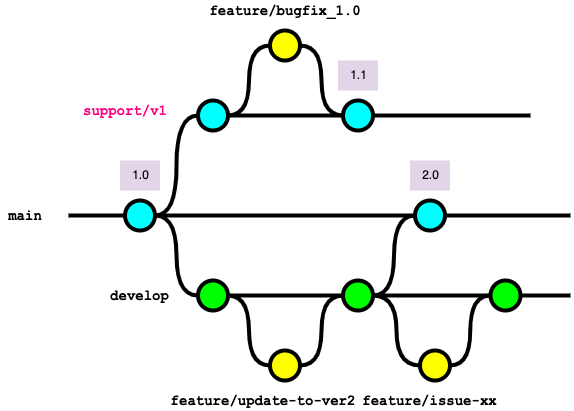
Earlier version of the draw.io export documents/forGitBranch/img/branch_strategy_multi_version.drawio.png (future-architect/coding-standards). Source tidied: cells renumbered, new cells last; positions are measured from the earlier drawing's top-left corner, leaving out a move shared by most shapes. Its diagram source:
```xml
<mxGraphModel>
  <root>
    <mxCell id="0" />
    <mxCell id="1" parent="0" />
    <mxCell id="2" style="edgeStyle=orthogonalEdgeStyle;curved=1;rounded=0;html=1;exitX=1;exitY=0.5;exitPerimeter=0;entryX=0;entryY=0.5;entryPerimeter=0;endArrow=none;endFill=0;jettySize=auto;strokeWidth=4;fontSize=15;" parent="1" edge="1" source="3" target="8">
      <mxGeometry relative="1" as="geometry" />
    </mxCell>
    <mxCell id="3" style="verticalLabelPosition=bottom;verticalAlign=top;html=1;strokeWidth=4;shape=mxgraph.flowchart.on-page_reference;plain-blue;gradientColor=none;fillColor=#00FFFF;strokeColor=#000000;" parent="1" vertex="1">
      <mxGeometry x="124.5" y="200" width="30" height="30" as="geometry" />
    </mxCell>
    <mxCell id="4" style="edgeStyle=orthogonalEdgeStyle;curved=1;rounded=0;jettySize=auto;html=1;endArrow=none;endFill=0;strokeWidth=4;fontFamily=Courier New;fontSize=16;" parent="1" edge="1" source="5">
      <mxGeometry relative="1" as="geometry">
        <mxPoint x="570" y="215" as="targetPoint" />
      </mxGeometry>
    </mxCell>
    <mxCell id="5" style="verticalLabelPosition=bottom;verticalAlign=top;html=1;strokeWidth=4;shape=mxgraph.flowchart.on-page_reference;plain-blue;gradientColor=none;strokeColor=#000000;fillColor=#00FFFF;" parent="1" vertex="1">
      <mxGeometry x="414.5" y="200" width="30" height="30" as="geometry" />
    </mxCell>
    <mxCell id="6" style="edgeStyle=orthogonalEdgeStyle;rounded=0;html=1;jettySize=auto;strokeWidth=4;endArrow=none;endFill=0;" parent="1" edge="1" target="3">
      <mxGeometry x="204.5" y="180" as="geometry">
        <mxPoint x="68" y="215" as="sourcePoint" />
      </mxGeometry>
    </mxCell>
    <mxCell id="7" value="main" style="text;html=1;strokeColor=none;fillColor=none;align=center;verticalAlign=middle;whiteSpace=wrap;overflow=hidden;fontSize=14;fontStyle=1;fontFamily=Courier New;" parent="1" vertex="1">
      <mxGeometry y="205" width="50" height="20" as="geometry" />
    </mxCell>
    <mxCell id="8" style="verticalLabelPosition=bottom;verticalAlign=top;html=1;strokeWidth=4;shape=mxgraph.flowchart.on-page_reference;plain-purple;gradientColor=none;strokeColor=#000000;fillColor=#00FF00;" parent="1" vertex="1">
      <mxGeometry x="197.5" y="280" width="30" height="30" as="geometry" />
    </mxCell>
    <mxCell id="9" style="verticalLabelPosition=bottom;verticalAlign=top;html=1;strokeWidth=4;shape=mxgraph.flowchart.on-page_reference;plain-purple;gradientColor=none;strokeColor=#000000;fillColor=#FFFF00;" parent="1" vertex="1">
      <mxGeometry x="269.5" y="350" width="30" height="30" as="geometry" />
    </mxCell>
    <mxCell id="10" style="edgeStyle=orthogonalEdgeStyle;curved=1;rounded=0;html=1;exitX=1;exitY=0.5;exitPerimeter=0;entryX=0;entryY=0.5;entryPerimeter=0;endArrow=none;endFill=0;jettySize=auto;strokeWidth=4;fontSize=15;" parent="1" edge="1" source="11" target="5">
      <mxGeometry relative="1" as="geometry" />
    </mxCell>
    <mxCell id="11" style="verticalLabelPosition=bottom;verticalAlign=top;html=1;strokeWidth=4;shape=mxgraph.flowchart.on-page_reference;plain-purple;gradientColor=none;strokeColor=#000000;fillColor=#00FF00;" parent="1" vertex="1">
      <mxGeometry x="342.5" y="280" width="30" height="30" as="geometry" />
    </mxCell>
    <mxCell id="12" value="develop" style="text;html=1;strokeColor=none;fillColor=none;align=center;verticalAlign=middle;whiteSpace=wrap;overflow=hidden;fontSize=14;fontStyle=1;fontFamily=Courier New;fontColor=#000000;" parent="1" vertex="1">
      <mxGeometry x="58.2" y="285" width="162.5" height="20" as="geometry" />
    </mxCell>
    <mxCell id="13" value="feature/update-to-ver2" style="text;html=1;strokeColor=none;fillColor=none;align=center;verticalAlign=middle;whiteSpace=wrap;overflow=hidden;fontSize=14;fontStyle=1;fontFamily=Courier New;" parent="1" vertex="1">
      <mxGeometry x="160" y="390" width="205.8" height="20" as="geometry" />
    </mxCell>
    <mxCell id="14" style="edgeStyle=orthogonalEdgeStyle;curved=1;rounded=0;html=1;exitX=1;exitY=0.5;exitPerimeter=0;entryX=0;entryY=0.5;entryPerimeter=0;endArrow=none;endFill=0;jettySize=auto;strokeWidth=4;fontSize=15;exitDx=0;exitDy=0;entryDx=0;entryDy=0;" parent="1" edge="1" source="8" target="9">
      <mxGeometry relative="1" as="geometry" />
    </mxCell>
    <mxCell id="15" style="edgeStyle=orthogonalEdgeStyle;curved=1;rounded=0;html=1;exitX=1;exitY=0.5;exitPerimeter=0;entryX=0;entryY=0.5;entryPerimeter=0;endArrow=none;endFill=0;jettySize=auto;strokeWidth=4;fontSize=15;exitDx=0;exitDy=0;entryDx=0;entryDy=0;" parent="1" edge="1" source="9" target="11">
      <mxGeometry relative="1" as="geometry" />
    </mxCell>
    <mxCell id="16" style="verticalLabelPosition=bottom;verticalAlign=top;html=1;strokeWidth=4;shape=mxgraph.flowchart.on-page_reference;plain-purple;gradientColor=none;strokeColor=#000000;fillColor=#FFFF00;" parent="1" vertex="1">
      <mxGeometry x="419.5" y="350" width="30" height="30" as="geometry" />
    </mxCell>
    <mxCell id="17" value="feature/issue-xx" style="text;html=1;strokeColor=none;fillColor=none;align=center;verticalAlign=middle;whiteSpace=wrap;overflow=hidden;fontSize=14;fontStyle=1;fontFamily=Courier New;" parent="1" vertex="1">
      <mxGeometry x="348.2" y="390" width="162.5" height="20" as="geometry" />
    </mxCell>
    <mxCell id="18" style="verticalLabelPosition=bottom;verticalAlign=top;html=1;strokeWidth=4;shape=mxgraph.flowchart.on-page_reference;plain-purple;gradientColor=none;strokeColor=#000000;fillColor=#00FF00;" parent="1" vertex="1">
      <mxGeometry x="490" y="280" width="30" height="30" as="geometry" />
    </mxCell>
    <mxCell id="19" style="edgeStyle=orthogonalEdgeStyle;curved=1;rounded=0;html=1;exitX=0;exitY=0.5;exitPerimeter=0;entryX=1;entryY=0.5;entryPerimeter=0;endArrow=none;endFill=0;jettySize=auto;strokeWidth=4;fontSize=15;exitDx=0;exitDy=0;entryDx=0;entryDy=0;" parent="1" edge="1" source="16" target="11">
      <mxGeometry relative="1" as="geometry" />
    </mxCell>
    <mxCell id="20" style="edgeStyle=orthogonalEdgeStyle;curved=1;rounded=0;html=1;exitX=0;exitY=0.5;exitPerimeter=0;entryX=1;entryY=0.5;entryPerimeter=0;endArrow=none;endFill=0;jettySize=auto;strokeWidth=4;fontSize=15;exitDx=0;exitDy=0;entryDx=0;entryDy=0;" parent="1" edge="1" source="18" target="16">
      <mxGeometry relative="1" as="geometry" />
    </mxCell>
    <mxCell id="21" style="edgeStyle=orthogonalEdgeStyle;curved=1;rounded=0;jettySize=auto;html=1;endArrow=none;endFill=0;strokeWidth=4;fontFamily=Courier New;fontSize=16;exitX=1;exitY=0.5;exitDx=0;exitDy=0;exitPerimeter=0;" parent="1" edge="1" source="18">
      <mxGeometry relative="1" as="geometry">
        <mxPoint x="570" y="295" as="targetPoint" />
      </mxGeometry>
    </mxCell>
    <mxCell id="22" style="edgeStyle=orthogonalEdgeStyle;curved=1;rounded=0;jettySize=auto;html=1;endArrow=none;endFill=0;strokeWidth=4;fontFamily=Courier New;fontSize=16;exitX=1;exitY=0.5;exitDx=0;exitDy=0;exitPerimeter=0;entryX=0;entryY=0.5;entryDx=0;entryDy=0;entryPerimeter=0;" parent="1" edge="1" source="11" target="18">
      <mxGeometry relative="1" as="geometry" />
    </mxCell>
    <mxCell id="23" style="edgeStyle=orthogonalEdgeStyle;curved=1;rounded=0;jettySize=auto;html=1;endArrow=none;endFill=0;strokeWidth=4;fontFamily=Courier New;fontSize=16;exitX=1;exitY=0.5;exitDx=0;exitDy=0;exitPerimeter=0;" parent="1" edge="1" source="8" target="11">
      <mxGeometry relative="1" as="geometry" />
    </mxCell>
    <mxCell id="24" style="edgeStyle=orthogonalEdgeStyle;curved=1;rounded=0;jettySize=auto;html=1;endArrow=none;endFill=0;strokeWidth=4;fontFamily=Courier New;fontSize=16;exitX=1;exitY=0.5;exitDx=0;exitDy=0;exitPerimeter=0;entryX=0;entryY=0.5;entryDx=0;entryDy=0;entryPerimeter=0;" parent="1" edge="1" source="3" target="5">
      <mxGeometry relative="1" as="geometry" />
    </mxCell>
    <mxCell id="25" style="verticalLabelPosition=bottom;verticalAlign=top;html=1;strokeWidth=4;shape=mxgraph.flowchart.on-page_reference;plain-blue;gradientColor=none;fillColor=#00FFFF;strokeColor=#000000;" parent="1" vertex="1">
      <mxGeometry x="197.5" y="100" width="30" height="30" as="geometry" />
    </mxCell>
    <mxCell id="26" value="support/v1" style="text;html=1;strokeColor=none;fillColor=none;align=center;verticalAlign=middle;whiteSpace=wrap;overflow=hidden;fontSize=14;fontStyle=1;fontFamily=Courier New;fontColor=#FF0080;" parent="1" vertex="1">
      <mxGeometry x="80" y="100" width="90" height="20" as="geometry" />
    </mxCell>
    <mxCell id="27" style="edgeStyle=orthogonalEdgeStyle;curved=1;rounded=0;html=1;entryX=0;entryY=0.5;entryPerimeter=0;endArrow=none;endFill=0;jettySize=auto;strokeWidth=4;fontSize=15;entryDx=0;entryDy=0;exitX=1;exitY=0.5;exitDx=0;exitDy=0;exitPerimeter=0;" parent="1" edge="1" source="3" target="25">
      <mxGeometry relative="1" as="geometry" />
    </mxCell>
    <mxCell id="28" style="verticalLabelPosition=bottom;verticalAlign=top;html=1;strokeWidth=4;shape=mxgraph.flowchart.on-page_reference;plain-purple;gradientColor=none;strokeColor=#000000;fillColor=#FFFF00;" parent="1" vertex="1">
      <mxGeometry x="269.5" y="30" width="30" height="30" as="geometry" />
    </mxCell>
    <mxCell id="29" style="edgeStyle=orthogonalEdgeStyle;curved=1;rounded=0;jettySize=auto;html=1;endArrow=none;endFill=0;strokeWidth=4;fontFamily=Courier New;fontSize=16;exitX=1;exitY=0.5;exitDx=0;exitDy=0;exitPerimeter=0;entryX=0;entryY=0.5;entryDx=0;entryDy=0;entryPerimeter=0;" parent="1" edge="1" source="25" target="30">
      <mxGeometry relative="1" as="geometry" />
    </mxCell>
    <mxCell id="30" style="verticalLabelPosition=bottom;verticalAlign=top;html=1;strokeWidth=4;shape=mxgraph.flowchart.on-page_reference;plain-blue;gradientColor=none;fillColor=#00FFFF;strokeColor=#000000;" parent="1" vertex="1">
      <mxGeometry x="342.5" y="100" width="30" height="30" as="geometry" />
    </mxCell>
    <mxCell id="31" value="1.0" style="text;html=1;align=center;verticalAlign=middle;strokeColor=none;fillColor=#e1d5e7;" parent="1" vertex="1">
      <mxGeometry x="119.5" y="160" width="40" height="30" as="geometry" />
    </mxCell>
    <mxCell id="32" value="2.0" style="text;html=1;align=center;verticalAlign=middle;strokeColor=none;fillColor=#e1d5e7;" parent="1" vertex="1">
      <mxGeometry x="409.5" y="160" width="40" height="30" as="geometry" />
    </mxCell>
    <mxCell id="33" value="1.1" style="text;html=1;align=center;verticalAlign=middle;strokeColor=none;fillColor=#e1d5e7;" parent="1" vertex="1">
      <mxGeometry x="337.5" y="60" width="40" height="30" as="geometry" />
    </mxCell>
    <mxCell id="34" value="feature/bugfix_1.0" style="text;html=1;strokeColor=none;fillColor=none;align=center;verticalAlign=middle;whiteSpace=wrap;overflow=hidden;fontSize=14;fontStyle=1;fontFamily=Courier New;" parent="1" vertex="1">
      <mxGeometry x="181.6" width="205.8" height="20" as="geometry" />
    </mxCell>
    <mxCell id="35" style="edgeStyle=orthogonalEdgeStyle;curved=1;rounded=0;html=1;exitX=1;exitY=0.5;exitPerimeter=0;entryX=0;entryY=0.5;entryPerimeter=0;endArrow=none;endFill=0;jettySize=auto;strokeWidth=4;fontSize=15;exitDx=0;exitDy=0;entryDx=0;entryDy=0;" parent="1" edge="1" source="25" target="28">
      <mxGeometry relative="1" as="geometry" />
    </mxCell>
    <mxCell id="36" style="edgeStyle=orthogonalEdgeStyle;curved=1;rounded=0;html=1;exitX=0;exitY=0.5;exitPerimeter=0;entryX=1;entryY=0.5;entryPerimeter=0;endArrow=none;endFill=0;jettySize=auto;strokeWidth=4;fontSize=15;exitDx=0;exitDy=0;entryDx=0;entryDy=0;" parent="1" edge="1" source="30" target="28">
      <mxGeometry relative="1" as="geometry" />
    </mxCell>
    <mxCell id="37" style="edgeStyle=orthogonalEdgeStyle;curved=1;rounded=0;jettySize=auto;html=1;endArrow=none;endFill=0;strokeWidth=4;fontFamily=Courier New;fontSize=16;exitX=1;exitY=0.5;exitDx=0;exitDy=0;exitPerimeter=0;" parent="1" edge="1" source="30">
      <mxGeometry relative="1" as="geometry">
        <mxPoint x="530" y="115" as="targetPoint" />
      </mxGeometry>
    </mxCell>
  </root>
</mxGraphModel>
```
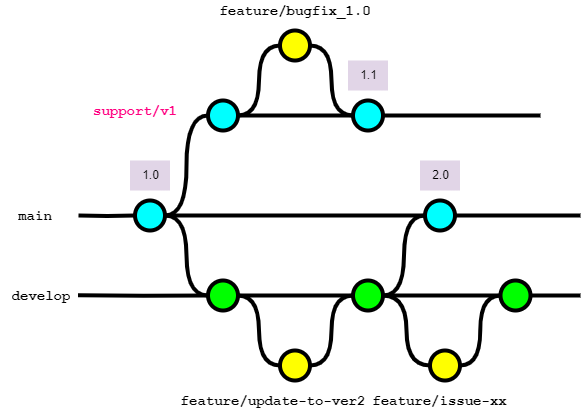
After the change.

Commit message:
develop branchは永続的に表現 (#162)

What changed in the source:
```diff
@@ -37,7 +37,7 @@
       <mxGeometry x="342.5" y="280" width="30" height="30" as="geometry" />
     </mxCell>
     <mxCell id="12" value="develop" style="text;html=1;strokeColor=none;fillColor=none;align=center;verticalAlign=middle;whiteSpace=wrap;overflow=hidden;fontSize=14;fontStyle=1;fontFamily=Courier New;fontColor=#000000;" parent="1" vertex="1">
-      <mxGeometry x="58.2" y="285" width="162.5" height="20" as="geometry" />
+      <mxGeometry x="-10" y="285" width="81.8" height="20" as="geometry" />
     </mxCell>
     <mxCell id="13" value="feature/update-to-ver2" style="text;html=1;strokeColor=none;fillColor=none;align=center;verticalAlign=middle;whiteSpace=wrap;overflow=hidden;fontSize=14;fontStyle=1;fontFamily=Courier New;" parent="1" vertex="1">
       <mxGeometry x="160" y="390" width="205.8" height="20" as="geometry" />
@@ -118,5 +118,10 @@
         <mxPoint x="530" y="115" as="targetPoint" />
       </mxGeometry>
     </mxCell>
+    <mxCell id="38" style="edgeStyle=orthogonalEdgeStyle;rounded=0;html=1;jettySize=auto;strokeWidth=4;endArrow=none;endFill=0;" parent="1" edge="1" target="8">
+      <mxGeometry x="204.5" y="180" as="geometry">
+        <mxPoint x="67.5" y="294.8" as="sourcePoint" />
+      </mxGeometry>
+    </mxCell>
   </root>
 </mxGraphModel>
```
